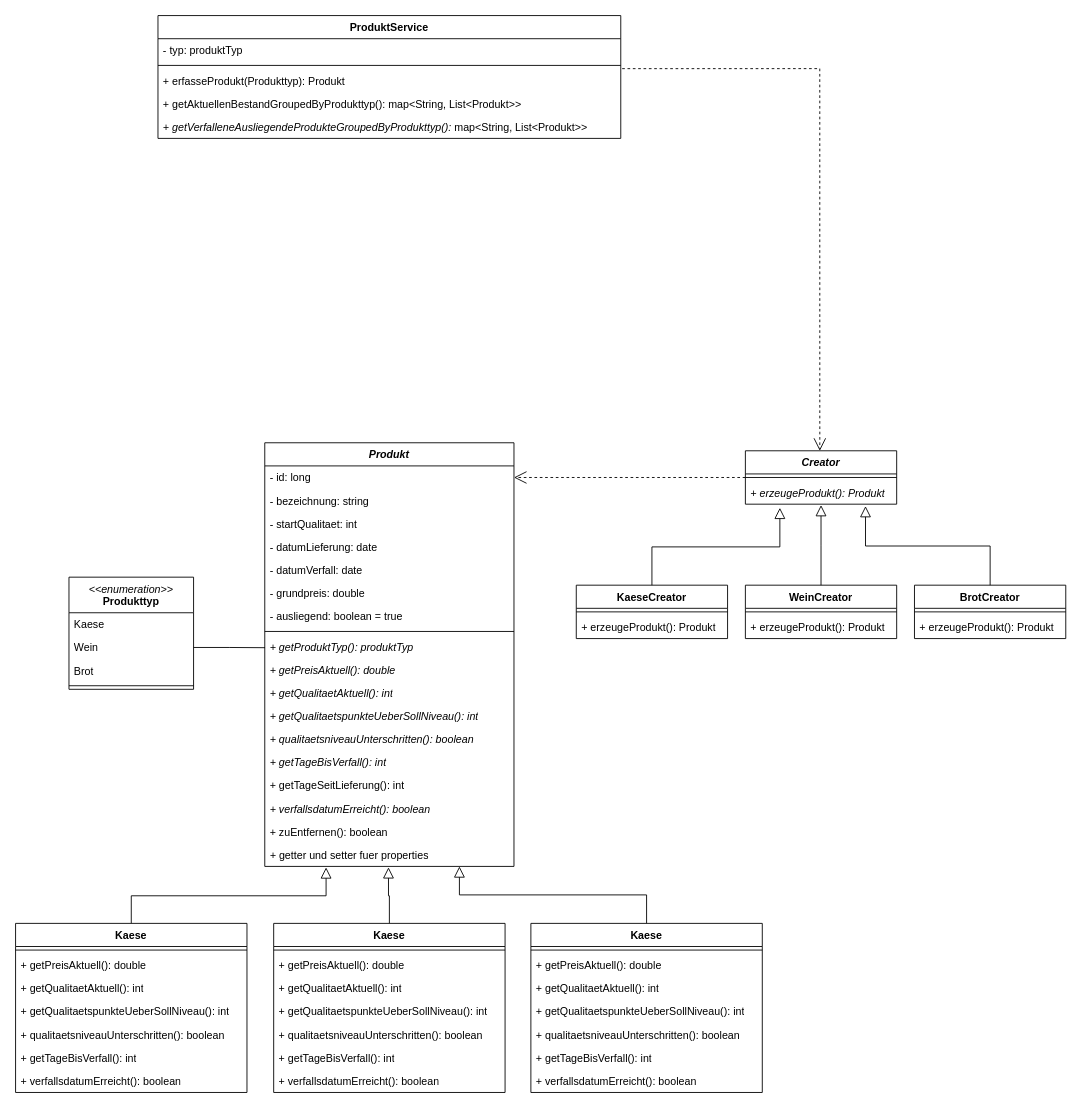
Above: documents/class_diagram.drawio in ccogit/SuperDuperMarktApp (draw.io), before the change. Source tidied: cells renumbered, new cells numbered last; positions are measured from the earlier drawing's top-left corner, leaving out a move shared by most shapes. Both pictures are drawn from the tidied source at 89%, with x=0, y=0 at pixel (15, 15).
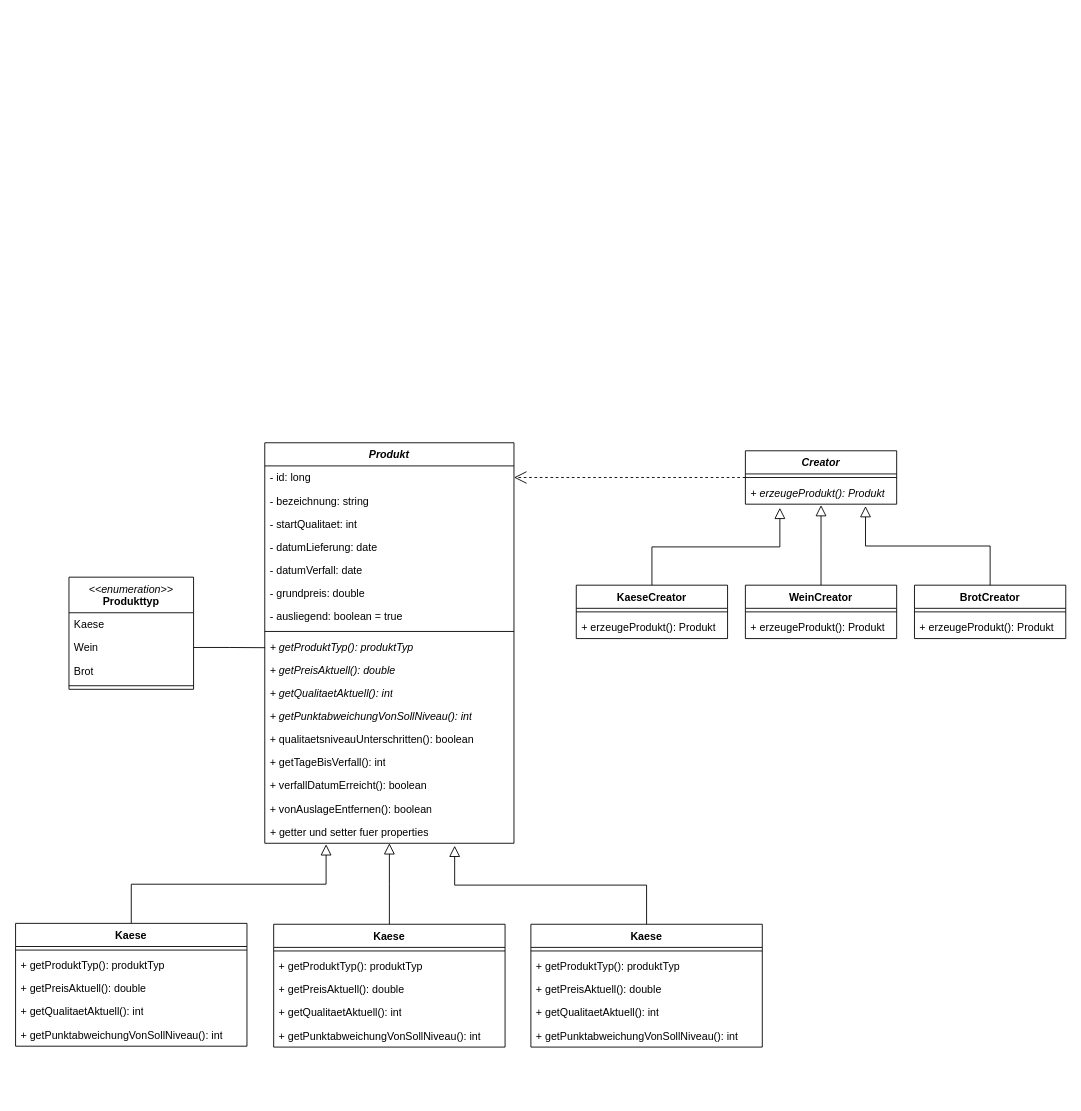
After the change.

The change refers to these unchanged cells:
```xml
<mxCell id="31" value="&lt;i&gt;Creator&lt;/i&gt;" style="swimlane;fontStyle=1;align=center;verticalAlign=top;horizontal=1;startSize=26;whiteSpace=wrap;html=1;" parent="1" vertex="1">
  <mxGeometry x="820" y="489" width="170" height="60" as="geometry" />
</mxCell>
```

What changed in the source:
```diff
@@
-    <mxCell id="3" style="endArrow=block;endSize=10;endFill=0;shadow=0;strokeWidth=1;rounded=0;edgeStyle=elbowEdgeStyle;elbow=vertical;exitX=0.5;exitY=0;exitDx=0;exitDy=0;" parent="1" edge="1" source="54">
-      <mxGeometry relative="1" as="geometry">
-        <mxPoint x="419" y="957" as="targetPoint" />
-      </mxGeometry>
+    <mxCell id="3" style="endArrow=block;endSize=10;endFill=0;shadow=0;strokeWidth=1;rounded=0;edgeStyle=elbowEdgeStyle;elbow=vertical;exitX=0.5;exitY=0;exitDx=0;exitDy=0;" parent="1" edge="1" source="54" target="22">
+      <mxGeometry relative="1" as="geometry" />
     </mxCell>
     <mxCell id="4" value="&lt;i&gt;Produkt&lt;/i&gt;" style="swimlane;fontStyle=1;align=center;verticalAlign=top;horizontal=1;startSize=26;whiteSpace=wrap;html=1;" parent="1" vertex="1">
-      <mxGeometry x="280" y="480" width="280" height="476" as="geometry" />
+      <mxGeometry x="280" y="480" width="280" height="450" as="geometry" />
     </mxCell>
@@
-    <mxCell id="16" value="+ getQualitaetspunkteUeberSollNiveau(): int" style="text;strokeColor=none;fillColor=none;align=left;verticalAlign=top;spacingLeft=4;spacingRight=4;overflow=hidden;whiteSpace=wrap;html=1;fontStyle=2;" parent="4" vertex="1">
+    <mxCell id="16" value="&lt;span style=&quot;&quot;&gt;&lt;i&gt;+&amp;nbsp;getPunktabweichungVonSollNiveau&lt;span style=&quot;background-color: initial;&quot;&gt;(): int&lt;/span&gt;&lt;/i&gt;&lt;/span&gt;" style="text;strokeColor=none;fillColor=none;align=left;verticalAlign=top;spacingLeft=4;spacingRight=4;overflow=hidden;whiteSpace=wrap;html=1;fontStyle=0;" parent="4" vertex="1">
       <mxGeometry y="294" width="280" height="26" as="geometry" />
     </mxCell>
-    <mxCell id="17" value="+ qualitaetsniveauUnterschritten(): boolean" style="text;strokeColor=none;fillColor=none;align=left;verticalAlign=top;spacingLeft=4;spacingRight=4;overflow=hidden;whiteSpace=wrap;html=1;fontStyle=2;" parent="4" vertex="1">
+    <mxCell id="17" value="&lt;span style=&quot;font-style: normal;&quot;&gt;+ qualitaetsniveauUnterschritten(): boolean&lt;/span&gt;" style="text;strokeColor=none;fillColor=none;align=left;verticalAlign=top;spacingLeft=4;spacingRight=4;overflow=hidden;whiteSpace=wrap;html=1;fontStyle=2;" parent="4" vertex="1">
       <mxGeometry y="320" width="280" height="26" as="geometry" />
     </mxCell>
-    <mxCell id="18" value="+ getTageBisVerfall(): int" style="text;strokeColor=none;fillColor=none;align=left;verticalAlign=top;spacingLeft=4;spacingRight=4;overflow=hidden;whiteSpace=wrap;html=1;fontStyle=2;" parent="4" vertex="1">
+    <mxCell id="18" value="&lt;span style=&quot;font-style: normal;&quot;&gt;+ getTageBisVerfall(): int&lt;/span&gt;" style="text;strokeColor=none;fillColor=none;align=left;verticalAlign=top;spacingLeft=4;spacingRight=4;overflow=hidden;whiteSpace=wrap;html=1;fontStyle=2;" parent="4" vertex="1">
       <mxGeometry y="346" width="280" height="26" as="geometry" />
     </mxCell>
-    <mxCell id="19" value="+ getTageSeitLieferung(): int" style="text;strokeColor=none;fillColor=none;align=left;verticalAlign=top;spacingLeft=4;spacingRight=4;overflow=hidden;whiteSpace=wrap;html=1;fontStyle=0;" parent="4" vertex="1">
-      <mxGeometry y="372" width="280" height="26" as="geometry" />
-    </mxCell>
-    <mxCell id="20" value="+ verfallsdatumErreicht(): boolean" style="text;strokeColor=none;fillColor=none;align=left;verticalAlign=top;spacingLeft=4;spacingRight=4;overflow=hidden;whiteSpace=wrap;html=1;fontStyle=2;" parent="4" vertex="1">
-      <mxGeometry y="398" width="280" height="26" as="geometry" />
+    <mxCell id="20" value="&lt;span style=&quot;font-style: normal;&quot;&gt;+ verfallDatumErreicht(): boolean&lt;/span&gt;" style="text;strokeColor=none;fillColor=none;align=left;verticalAlign=top;spacingLeft=4;spacingRight=4;overflow=hidden;whiteSpace=wrap;html=1;fontStyle=2;" parent="4" vertex="1">
+      <mxGeometry y="372" width="280" height="26" as="geometry" />
     </mxCell>
-    <mxCell id="21" value="+ zuEntfernen(): boolean" style="text;strokeColor=none;fillColor=none;align=left;verticalAlign=top;spacingLeft=4;spacingRight=4;overflow=hidden;whiteSpace=wrap;html=1;fontStyle=0;" parent="4" vertex="1">
-      <mxGeometry y="424" width="280" height="26" as="geometry" />
+    <mxCell id="21" value="+ vonAuslageEntfernen(): boolean" style="text;strokeColor=none;fillColor=none;align=left;verticalAlign=top;spacingLeft=4;spacingRight=4;overflow=hidden;whiteSpace=wrap;html=1;fontStyle=0;" parent="4" vertex="1">
+      <mxGeometry y="398" width="280" height="26" as="geometry" />
     </mxCell>
     <mxCell id="22" value="+ &lt;span style=&quot;font-style: normal;&quot;&gt;getter und setter fuer properties&lt;/span&gt;" style="text;strokeColor=none;fillColor=none;align=left;verticalAlign=top;spacingLeft=4;spacingRight=4;overflow=hidden;points=[[0,0.5],[1,0.5]];portConstraint=eastwest;whiteSpace=wrap;html=1;fontStyle=2;" parent="4" vertex="1">
-      <mxGeometry y="450" width="280" height="26" as="geometry" />
+      <mxGeometry y="424" width="280" height="26" as="geometry" />
     </mxCell>
     <mxCell id="23" value="Kaese" style="swimlane;fontStyle=1;align=center;verticalAlign=top;horizontal=1;startSize=26;whiteSpace=wrap;html=1;" parent="1" vertex="1">
-      <mxGeometry y="1020" width="260" height="190" as="geometry" />
+      <mxGeometry y="1020" width="260" height="138" as="geometry" />
     </mxCell>
@@
+    <mxCell id="30" value="+&amp;nbsp;getProduktTyp&lt;span style=&quot;border-color: var(--border-color); background-color: initial;&quot;&gt;(): produktTyp&lt;/span&gt;" style="text;strokeColor=none;fillColor=none;align=left;verticalAlign=top;spacingLeft=4;spacingRight=4;overflow=hidden;whiteSpace=wrap;html=1;" parent="23" vertex="1">
+      <mxGeometry y="34" width="260" height="26" as="geometry" />
+    </mxCell>
     <mxCell id="25" value="+ getPreisAktuell(): double" style="text;strokeColor=none;fillColor=none;align=left;verticalAlign=top;spacingLeft=4;spacingRight=4;overflow=hidden;whiteSpace=wrap;html=1;" parent="23" vertex="1">
-      <mxGeometry y="34" width="260" height="26" as="geometry" />
+      <mxGeometry y="60" width="260" height="26" as="geometry" />
     </mxCell>
     <mxCell id="26" value="+ getQualitaetAktuell(): int" style="text;strokeColor=none;fillColor=none;align=left;verticalAlign=top;spacingLeft=4;spacingRight=4;overflow=hidden;whiteSpace=wrap;html=1;" parent="23" vertex="1">
-      <mxGeometry y="60" width="260" height="26" as="geometry" />
+      <mxGeometry y="86" width="260" height="26" as="geometry" />
     </mxCell>
-    <mxCell id="27" value="+ getQualitaetspunkteUeberSollNiveau(): int" style="text;strokeColor=none;fillColor=none;align=left;verticalAlign=top;spacingLeft=4;spacingRight=4;overflow=hidden;whiteSpace=wrap;html=1;" parent="23" vertex="1">
-      <mxGeometry y="86" width="260" height="26" as="geometry" />
+    <mxCell id="27" value="&lt;span style=&quot;border-color: var(--border-color);&quot;&gt;+&amp;nbsp;getPunktabweichungVonSollNiveau(): int&lt;/span&gt;" style="text;strokeColor=none;fillColor=none;align=left;verticalAlign=top;spacingLeft=4;spacingRight=4;overflow=hidden;whiteSpace=wrap;html=1;" parent="23" vertex="1">
+      <mxGeometry y="112" width="260" height="26" as="geometry" />
     </mxCell>
-    <mxCell id="28" value="+ qualitaetsniveauUnterschritten(): boolean" style="text;strokeColor=none;fillColor=none;align=left;verticalAlign=top;spacingLeft=4;spacingRight=4;overflow=hidden;whiteSpace=wrap;html=1;" parent="23" vertex="1">
-      <mxGeometry y="112" width="260" height="26" as="geometry" />
-    </mxCell>
-    <mxCell id="29" value="+ getTageBisVerfall(): int" style="text;strokeColor=none;fillColor=none;align=left;verticalAlign=top;spacingLeft=4;spacingRight=4;overflow=hidden;whiteSpace=wrap;html=1;" parent="23" vertex="1">
-      <mxGeometry y="138" width="260" height="26" as="geometry" />
-    </mxCell>
-    <mxCell id="30" value="+ verfallsdatumErreicht(): boolean" style="text;strokeColor=none;fillColor=none;align=left;verticalAlign=top;spacingLeft=4;spacingRight=4;overflow=hidden;whiteSpace=wrap;html=1;" parent="23" vertex="1">
-      <mxGeometry y="164" width="260" height="26" as="geometry" />
-    </mxCell>
@@
-    <mxCell id="47" style="endArrow=block;endSize=10;endFill=0;shadow=0;strokeWidth=1;rounded=0;edgeStyle=elbowEdgeStyle;elbow=vertical;exitX=0.5;exitY=0;exitDx=0;exitDy=0;entryX=0.781;entryY=1.115;entryDx=0;entryDy=0;entryPerimeter=0;" parent="1" edge="1" source="62">
-      <mxGeometry relative="1" as="geometry">
-        <mxPoint x="498.7" y="956" as="targetPoint" />
-      </mxGeometry>
+    <mxCell id="47" style="endArrow=block;endSize=10;endFill=0;shadow=0;strokeWidth=1;rounded=0;edgeStyle=elbowEdgeStyle;elbow=vertical;exitX=0.5;exitY=0;exitDx=0;exitDy=0;entryX=0.762;entryY=1.106;entryDx=0;entryDy=0;entryPerimeter=0;" parent="1" edge="1" source="62" target="22">
+      <mxGeometry relative="1" as="geometry" />
     </mxCell>
@@
     <mxCell id="54" value="Kaese" style="swimlane;fontStyle=1;align=center;verticalAlign=top;horizontal=1;startSize=26;whiteSpace=wrap;html=1;" parent="1" vertex="1">
-      <mxGeometry x="290" y="1020" width="260" height="190" as="geometry" />
+      <mxGeometry x="290" y="1021" width="260" height="138" as="geometry" />
     </mxCell>
@@
+    <mxCell id="61" value="+&amp;nbsp;getProduktTyp(): produktTyp" style="text;strokeColor=none;fillColor=none;align=left;verticalAlign=top;spacingLeft=4;spacingRight=4;overflow=hidden;whiteSpace=wrap;html=1;" parent="54" vertex="1">
+      <mxGeometry y="34" width="260" height="26" as="geometry" />
+    </mxCell>
     <mxCell id="56" value="+ getPreisAktuell(): double" style="text;strokeColor=none;fillColor=none;align=left;verticalAlign=top;spacingLeft=4;spacingRight=4;overflow=hidden;whiteSpace=wrap;html=1;" parent="54" vertex="1">
-      <mxGeometry y="34" width="260" height="26" as="geometry" />
+      <mxGeometry y="60" width="260" height="26" as="geometry" />
     </mxCell>
     <mxCell id="57" value="+ getQualitaetAktuell(): int" style="text;strokeColor=none;fillColor=none;align=left;verticalAlign=top;spacingLeft=4;spacingRight=4;overflow=hidden;whiteSpace=wrap;html=1;" parent="54" vertex="1">
-      <mxGeometry y="60" width="260" height="26" as="geometry" />
+      <mxGeometry y="86" width="260" height="26" as="geometry" />
     </mxCell>
-    <mxCell id="58" value="+ getQualitaetspunkteUeberSollNiveau(): int" style="text;strokeColor=none;fillColor=none;align=left;verticalAlign=top;spacingLeft=4;spacingRight=4;overflow=hidden;whiteSpace=wrap;html=1;" parent="54" vertex="1">
-      <mxGeometry y="86" width="260" height="26" as="geometry" />
+    <mxCell id="58" value="&lt;span style=&quot;border-color: var(--border-color);&quot;&gt;+&amp;nbsp;getPunktabweichungVonSollNiveau(): int&lt;/span&gt;" style="text;strokeColor=none;fillColor=none;align=left;verticalAlign=top;spacingLeft=4;spacingRight=4;overflow=hidden;whiteSpace=wrap;html=1;" parent="54" vertex="1">
+      <mxGeometry y="112" width="260" height="26" as="geometry" />
     </mxCell>
-    <mxCell id="59" value="+ qualitaetsniveauUnterschritten(): boolean" style="text;strokeColor=none;fillColor=none;align=left;verticalAlign=top;spacingLeft=4;spacingRight=4;overflow=hidden;whiteSpace=wrap;html=1;" parent="54" vertex="1">
-      <mxGeometry y="112" width="260" height="26" as="geometry" />
-    </mxCell>
-    <mxCell id="60" value="+ getTageBisVerfall(): int" style="text;strokeColor=none;fillColor=none;align=left;verticalAlign=top;spacingLeft=4;spacingRight=4;overflow=hidden;whiteSpace=wrap;html=1;" parent="54" vertex="1">
-      <mxGeometry y="138" width="260" height="26" as="geometry" />
-    </mxCell>
-    <mxCell id="61" value="+ verfallsdatumErreicht(): boolean" style="text;strokeColor=none;fillColor=none;align=left;verticalAlign=top;spacingLeft=4;spacingRight=4;overflow=hidden;whiteSpace=wrap;html=1;" parent="54" vertex="1">
-      <mxGeometry y="164" width="260" height="26" as="geometry" />
-    </mxCell>
     <mxCell id="62" value="Kaese" style="swimlane;fontStyle=1;align=center;verticalAlign=top;horizontal=1;startSize=26;whiteSpace=wrap;html=1;" parent="1" vertex="1">
-      <mxGeometry x="579" y="1020" width="260" height="190" as="geometry" />
+      <mxGeometry x="579" y="1021" width="260" height="138" as="geometry" />
     </mxCell>
@@
+    <mxCell id="69" value="+&amp;nbsp;getProduktTyp(): produktTyp" style="text;strokeColor=none;fillColor=none;align=left;verticalAlign=top;spacingLeft=4;spacingRight=4;overflow=hidden;whiteSpace=wrap;html=1;" parent="62" vertex="1">
+      <mxGeometry y="34" width="260" height="26" as="geometry" />
+    </mxCell>
     <mxCell id="64" value="+ getPreisAktuell(): double" style="text;strokeColor=none;fillColor=none;align=left;verticalAlign=top;spacingLeft=4;spacingRight=4;overflow=hidden;whiteSpace=wrap;html=1;" parent="62" vertex="1">
-      <mxGeometry y="34" width="260" height="26" as="geometry" />
+      <mxGeometry y="60" width="260" height="26" as="geometry" />
     </mxCell>
     <mxCell id="65" value="+ getQualitaetAktuell(): int" style="text;strokeColor=none;fillColor=none;align=left;verticalAlign=top;spacingLeft=4;spacingRight=4;overflow=hidden;whiteSpace=wrap;html=1;" parent="62" vertex="1">
-      <mxGeometry y="60" width="260" height="26" as="geometry" />
+      <mxGeometry y="86" width="260" height="26" as="geometry" />
     </mxCell>
-    <mxCell id="66" value="+ getQualitaetspunkteUeberSollNiveau(): int" style="text;strokeColor=none;fillColor=none;align=left;verticalAlign=top;spacingLeft=4;spacingRight=4;overflow=hidden;whiteSpace=wrap;html=1;" parent="62" vertex="1">
-      <mxGeometry y="86" width="260" height="26" as="geometry" />
+    <mxCell id="66" value="&lt;span style=&quot;border-color: var(--border-color);&quot;&gt;+&amp;nbsp;getPunktabweichungVonSollNiveau(): int&lt;/span&gt;" style="text;strokeColor=none;fillColor=none;align=left;verticalAlign=top;spacingLeft=4;spacingRight=4;overflow=hidden;whiteSpace=wrap;html=1;" parent="62" vertex="1">
+      <mxGeometry y="112" width="260" height="26" as="geometry" />
     </mxCell>
-    <mxCell id="67" value="+ qualitaetsniveauUnterschritten(): boolean" style="text;strokeColor=none;fillColor=none;align=left;verticalAlign=top;spacingLeft=4;spacingRight=4;overflow=hidden;whiteSpace=wrap;html=1;" parent="62" vertex="1">
-      <mxGeometry y="112" width="260" height="26" as="geometry" />
-    </mxCell>
-    <mxCell id="68" value="+ getTageBisVerfall(): int" style="text;strokeColor=none;fillColor=none;align=left;verticalAlign=top;spacingLeft=4;spacingRight=4;overflow=hidden;whiteSpace=wrap;html=1;" parent="62" vertex="1">
-      <mxGeometry y="138" width="260" height="26" as="geometry" />
-    </mxCell>
-    <mxCell id="69" value="+ verfallsdatumErreicht(): boolean" style="text;strokeColor=none;fillColor=none;align=left;verticalAlign=top;spacingLeft=4;spacingRight=4;overflow=hidden;whiteSpace=wrap;html=1;" parent="62" vertex="1">
-      <mxGeometry y="164" width="260" height="26" as="geometry" />
-    </mxCell>
-    <mxCell id="70" value="ProduktService" style="swimlane;fontStyle=1;align=center;verticalAlign=top;horizontal=1;startSize=26;whiteSpace=wrap;html=1;" parent="1" vertex="1">
-      <mxGeometry x="160" width="520" height="138" as="geometry" />
-    </mxCell>
-    <mxCell id="71" value="- typ: produktTyp" style="text;strokeColor=none;fillColor=none;align=left;verticalAlign=top;spacingLeft=4;spacingRight=4;overflow=hidden;whiteSpace=wrap;html=1;" parent="70" vertex="1">
-      <mxGeometry y="26" width="520" height="26" as="geometry" />
-    </mxCell>
-    <mxCell id="72" style="line;strokeWidth=1;fillColor=none;align=left;verticalAlign=middle;spacingTop=-1;spacingLeft=3;spacingRight=3;labelPosition=right;strokeColor=inherit;" parent="70" vertex="1">
-      <mxGeometry y="52" width="520" height="8" as="geometry" />
-    </mxCell>
-    <mxCell id="73" value="&lt;span style=&quot;font-style: normal;&quot;&gt;+ erfasseProdukt(Produkttyp): Produkt&amp;nbsp;&lt;/span&gt;" style="text;strokeColor=none;fillColor=none;align=left;verticalAlign=top;spacingLeft=4;spacingRight=4;overflow=hidden;points=[[0,0.5],[1,0.5]];portConstraint=eastwest;whiteSpace=wrap;html=1;fontStyle=2;" parent="70" vertex="1">
-      <mxGeometry y="60" width="520" height="26" as="geometry" />
-    </mxCell>
-    <mxCell id="74" value="&lt;span style=&quot;font-style: normal;&quot;&gt;+ getAktuellenBestandGroupedByProdukttyp(): map&amp;lt;String, List&amp;lt;Produkt&amp;gt;&amp;gt;&amp;nbsp;&lt;/span&gt;" style="text;strokeColor=none;fillColor=none;align=left;verticalAlign=top;spacingLeft=4;spacingRight=4;overflow=hidden;whiteSpace=wrap;html=1;fontStyle=2;" parent="70" vertex="1">
-      <mxGeometry y="86" width="520" height="26" as="geometry" />
-    </mxCell>
-    <mxCell id="75" value="+ getVerfalleneAusliegendeProdukteGroupedByProdukttyp():&amp;nbsp;&lt;span style=&quot;font-style: normal;&quot;&gt;map&amp;lt;String, List&amp;lt;Produkt&amp;gt;&amp;gt;&lt;/span&gt;&lt;span style=&quot;font-style: normal;&quot;&gt;&amp;nbsp;&lt;/span&gt;" style="text;strokeColor=none;fillColor=none;align=left;verticalAlign=top;spacingLeft=4;spacingRight=4;overflow=hidden;whiteSpace=wrap;html=1;fontStyle=2;" parent="70" vertex="1">
-      <mxGeometry y="112" width="520" height="26" as="geometry" />
-    </mxCell>
-    <mxCell id="76" style="endArrow=open;endSize=12;dashed=1;html=1;rounded=0;exitX=1.003;exitY=-0.014;exitDx=0;exitDy=0;entryX=0.492;entryY=0.001;entryDx=0;entryDy=0;exitPerimeter=0;entryPerimeter=0;edgeStyle=orthogonalEdgeStyle;" parent="1" edge="1" source="73" target="31">
-      <mxGeometry relative="1" as="geometry">
-        <Array as="points">
-          <mxPoint x="904" y="60" />
-        </Array>
-      </mxGeometry>
-    </mxCell>
```
